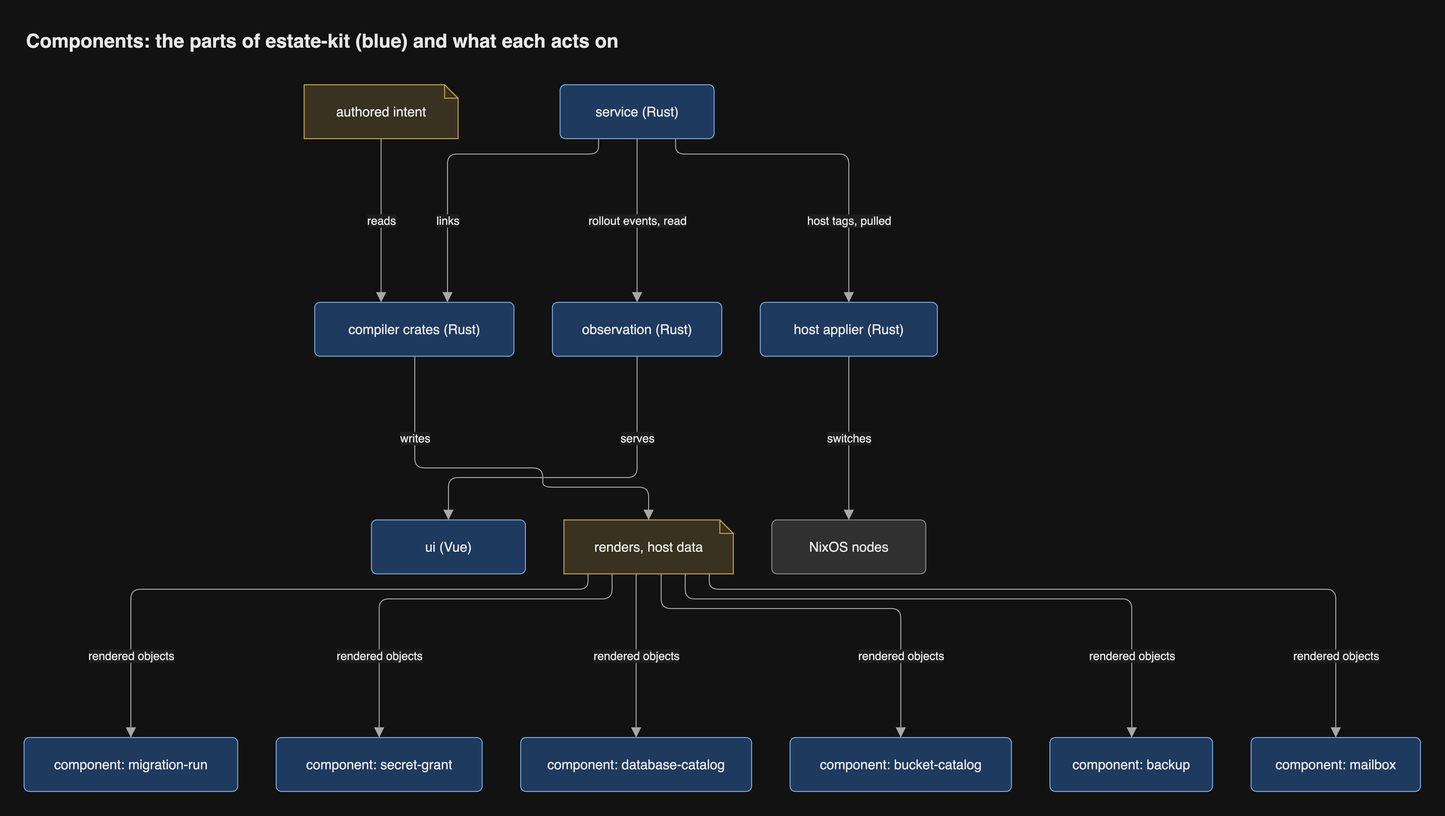
Earlier version of the draw.io export docs/diagrams/png/components.png (JorisJonkers-dev/estate-kit). Source tidied: cells renumbered, new cells last; positions are measured from the earlier drawing's top-left corner, leaving out a move shared by most shapes.
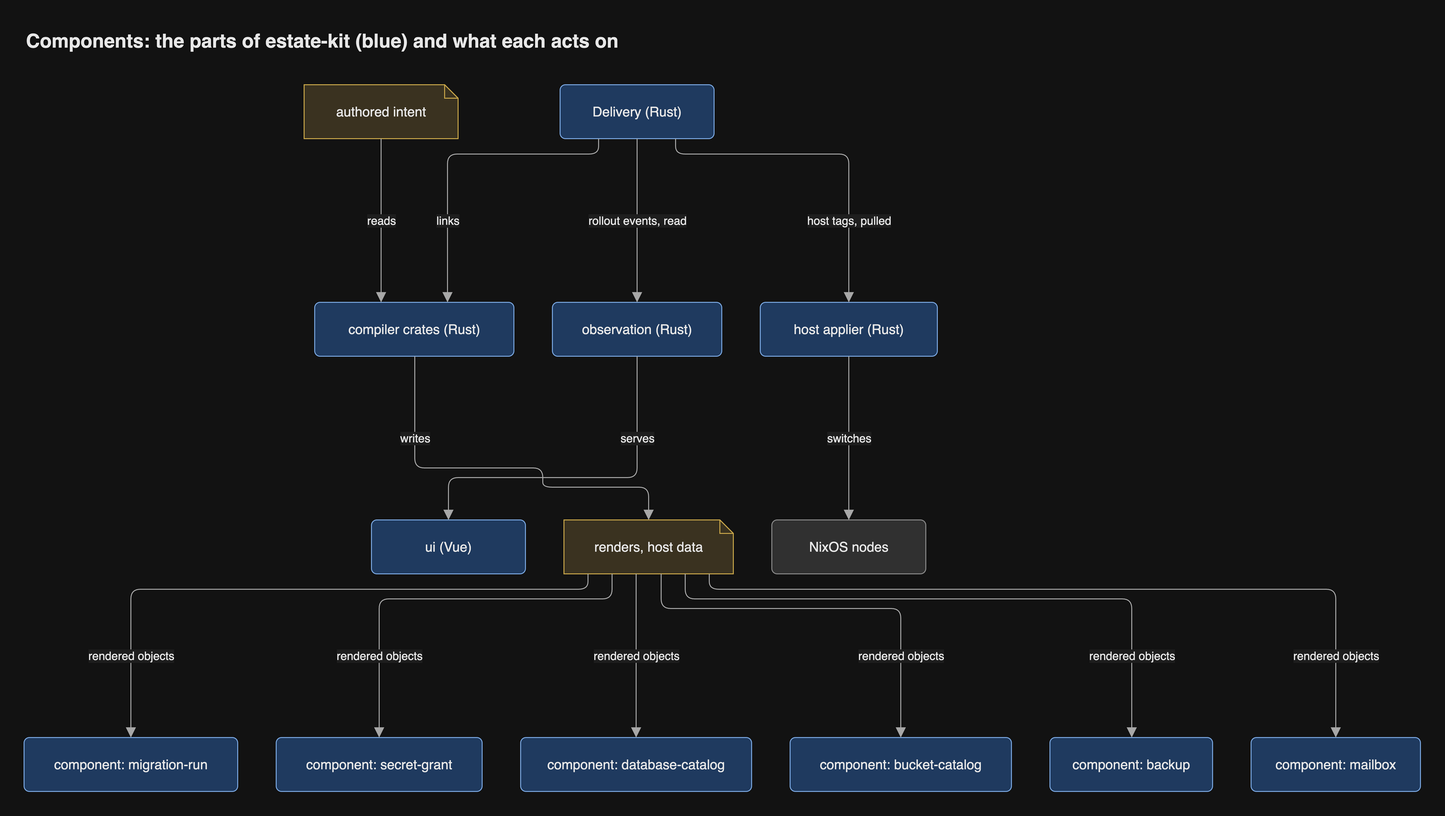
Later version of the same file.

What changed in the source:
```diff
@@ -5,7 +5,7 @@
     <mxCell id="2" value="authored intent" style="shape=note;size=14;html=1;whiteSpace=wrap;fontSize=14;fontColor=light-dark(#1a1a1a,#e8e8e8);fillColor=light-dark(#fff2cc,#3a3220);strokeColor=light-dark(#d6b656,#c9a74a);fontFamily=Helvetica;" parent="1" vertex="1">
       <mxGeometry x="291" y="64" width="160" height="56" as="geometry" />
     </mxCell>
-    <mxCell id="3" value="service (Rust)" style="rounded=1;arcSize=10;html=1;whiteSpace=wrap;fontSize=14;fontColor=light-dark(#1a1a1a,#e8e8e8);fillColor=light-dark(#dae8fc,#1f3a5f);strokeColor=light-dark(#6c8ebf,#7aa7e0);fontFamily=Helvetica;" parent="1" vertex="1">
+    <mxCell id="3" value="Delivery (Rust)" style="rounded=1;arcSize=10;html=1;whiteSpace=wrap;fontSize=14;fontColor=light-dark(#1a1a1a,#e8e8e8);fillColor=light-dark(#dae8fc,#1f3a5f);strokeColor=light-dark(#6c8ebf,#7aa7e0);fontFamily=Helvetica;" parent="1" vertex="1">
       <mxGeometry x="557" y="64" width="160" height="56" as="geometry" />
     </mxCell>
     <mxCell id="4" value="compiler crates (Rust)" style="rounded=1;arcSize=10;html=1;whiteSpace=wrap;fontSize=14;fontColor=light-dark(#1a1a1a,#e8e8e8);fillColor=light-dark(#dae8fc,#1f3a5f);strokeColor=light-dark(#6c8ebf,#7aa7e0);fontFamily=Helvetica;" parent="1" vertex="1">
```
